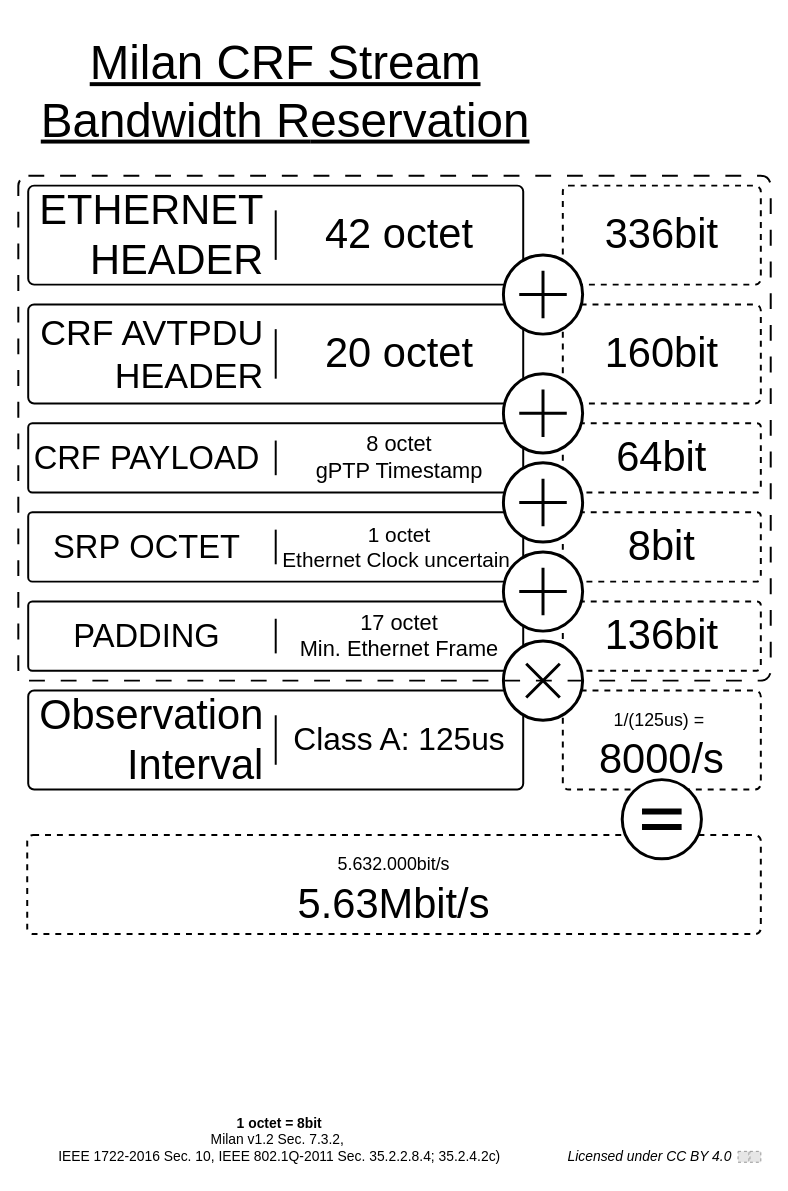
Earlier version of the draw.io diagram page "CRF" (2 of 2) of msrp_details.drawio (avb-academy/msrp_milan_cheat_sheet). Source tidied: cells renumbered, new cells numbered last; positions are measured from the earlier drawing's top-left corner, leaving out a move shared by most shapes. Both pictures are drawn from the tidied source at 99%, with x=0, y=0 at pixel (18, 17). Pictures stored in the file or linked from it are replaced by grey dashed boxes.
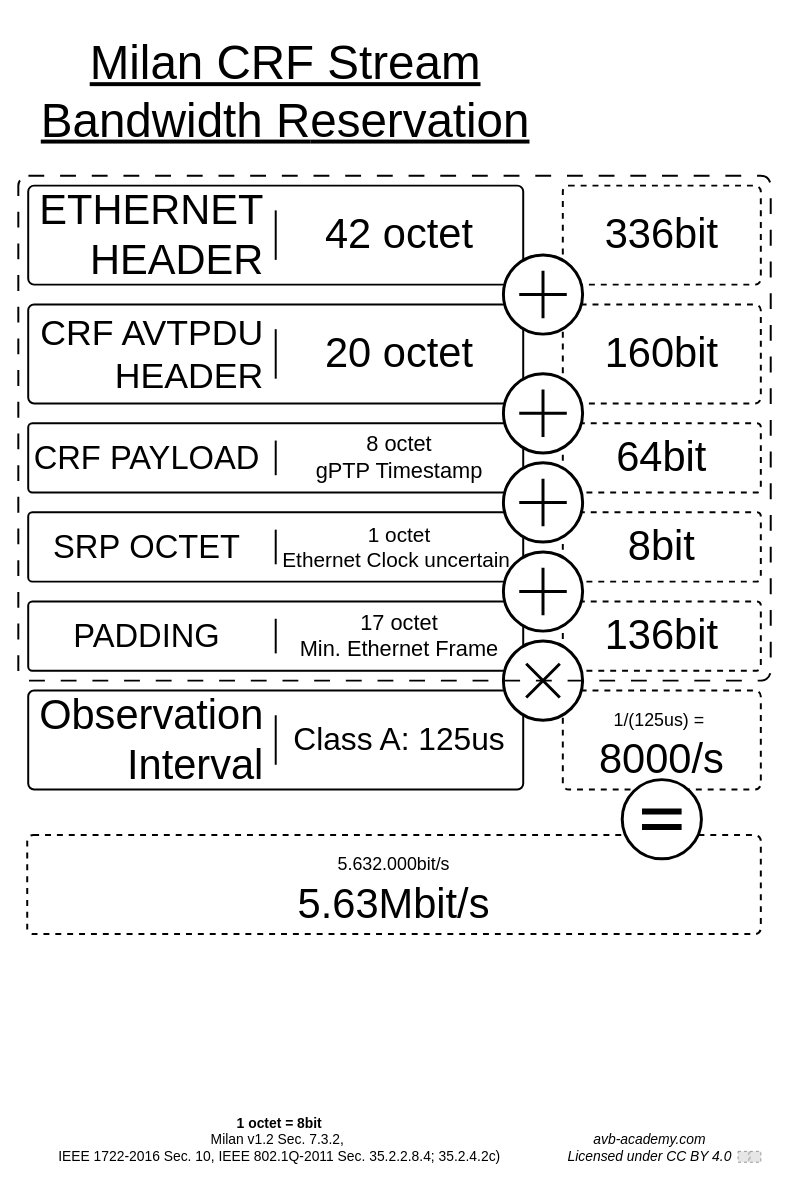
Above is the later version.

Commit message (it also covers changes not shown here):
avb-academy/avb_academy#38: Adds website reference

Unchanged cells that the change refers to:
```xml
<mxCell id="47" style="group;" parent="1" vertex="1">
  <mxGeometry x="548" y="1099" width="202" height="70" as="geometry" />
</mxCell>
```

What changed in the source:
```diff
@@
-    <mxCell id="48" value="&lt;div&gt;&lt;em&gt;&lt;font style=&quot;font-size: 14px;&quot;&gt;&lt;br&gt;&lt;/font&gt;&lt;/em&gt;&lt;/div&gt;&lt;div&gt;&lt;em&gt;&lt;font style=&quot;font-size: 14px;&quot;&gt;&lt;br&gt;&lt;/font&gt;&lt;/em&gt;&lt;/div&gt;&lt;em&gt;&lt;font style=&quot;font-size: 14px;&quot;&gt;Licensed under CC BY 4.0&lt;/font&gt;&lt;/em&gt;" style="text;html=1;align=center;verticalAlign=middle;whiteSpace=wrap;rounded=0;fontSize=13;rotation=0;spacing=0;" parent="47" vertex="1">
+    <mxCell id="48" value="&lt;div&gt;&lt;em&gt;&lt;font style=&quot;font-size: 14px;&quot;&gt;&lt;br&gt;&lt;/font&gt;&lt;/em&gt;&lt;/div&gt;&lt;div&gt;&lt;em&gt;&lt;font style=&quot;font-size: 14px;&quot;&gt;avb-academy.com&lt;/font&gt;&lt;/em&gt;&lt;/div&gt;&lt;em&gt;&lt;font style=&quot;font-size: 14px;&quot;&gt;Licensed under CC BY 4.0&lt;/font&gt;&lt;/em&gt;" style="text;html=1;align=center;verticalAlign=middle;whiteSpace=wrap;rounded=0;fontSize=13;rotation=0;spacing=0;" parent="47" vertex="1">
       <mxGeometry width="180" height="70" as="geometry" />
     </mxCell>
```
